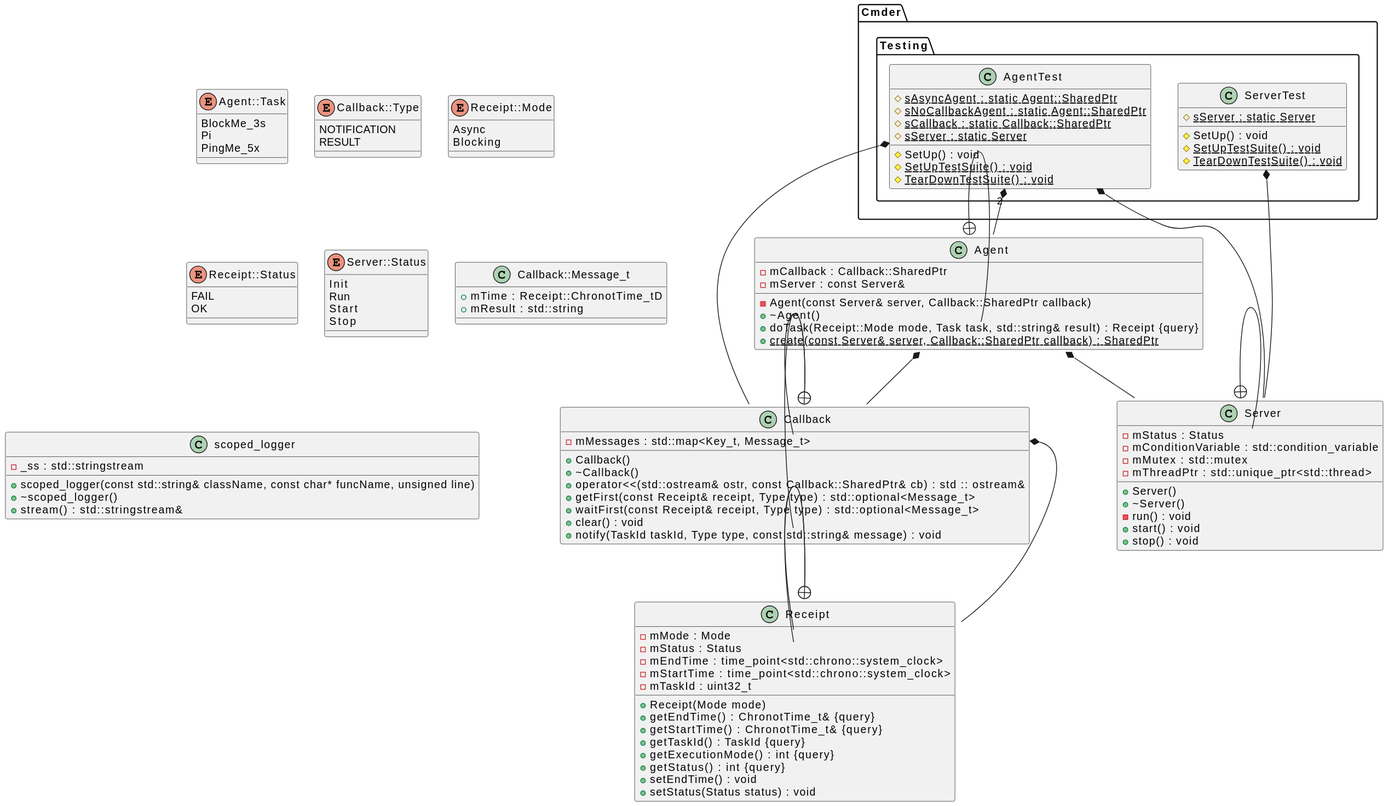
Above: diagrams/classdiagram.svg in h6wk/Cmder (PlantUML), before the change.
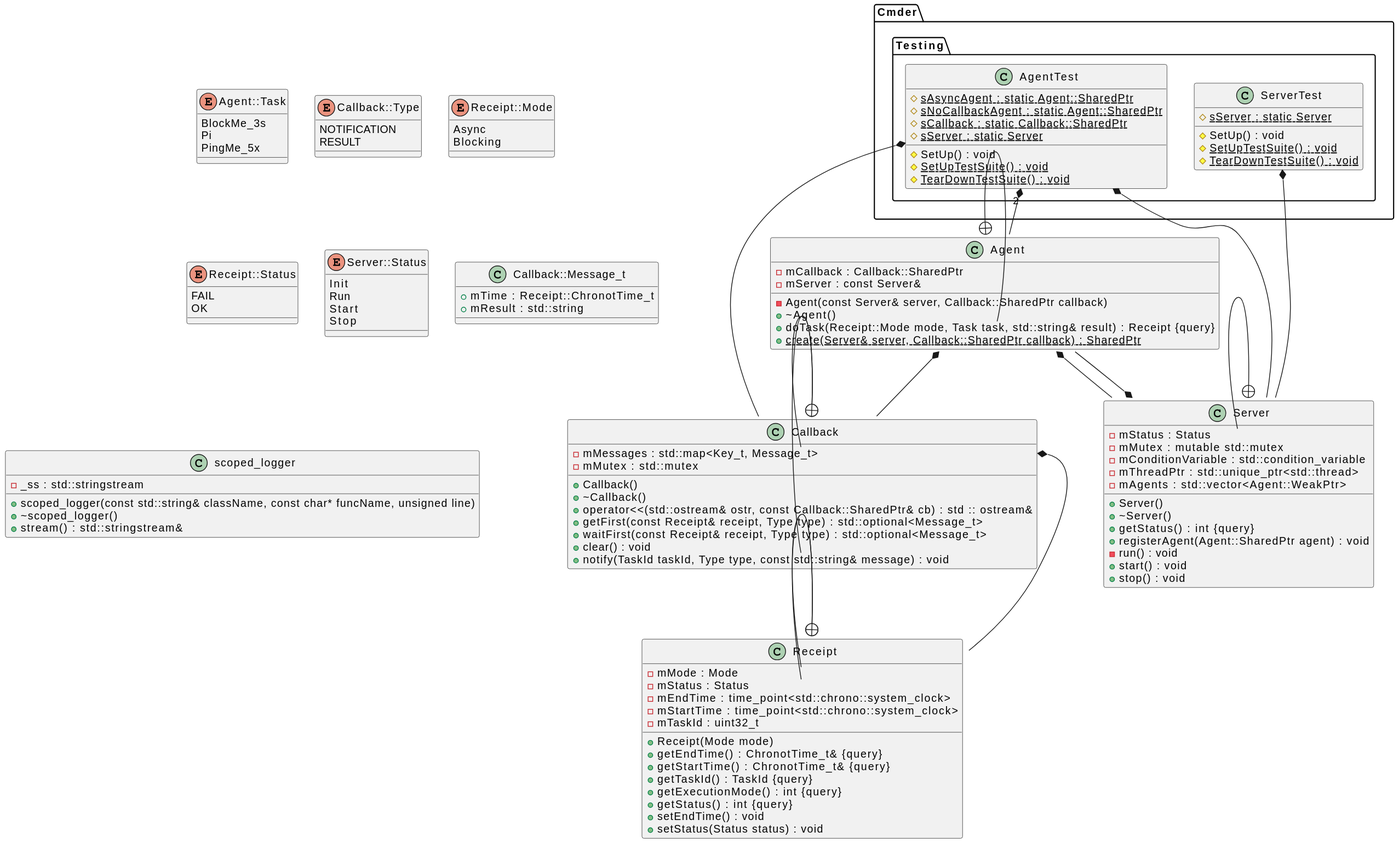
After the commit.

Commit message:
Agent registers itself  in the Server

Diff of the diagram source:
```diff
@@ -5,7 +5,7 @@
 	+~Agent()
 	-mCallback : Callback::SharedPtr
 	+doTask(Receipt::Mode mode, Task task, std::string& result) : Receipt {query}
-	+{static} create(const Server& server, Callback::SharedPtr callback) : SharedPtr
+	+{static} create(Server& server, Callback::SharedPtr callback) : SharedPtr
 	-mServer : const Server&
 }
 
@@ -15,6 +15,7 @@
 	+~Callback()
 	+operator<<(std::ostream& ostr, const Callback::SharedPtr& cb) : std :: ostream&
 	-mMessages : std::map<Key_t, Message_t>
+	-mMutex : std::mutex
 	+getFirst(const Receipt& receipt, Type type) : std::optional<Message_t>
 	+waitFirst(const Receipt& receipt, Type type) : std::optional<Message_t>
 	+clear() : void
@@ -43,9 +44,12 @@
 	+Server()
 	+~Server()
 	-mStatus : Status
+	+getStatus() : int {query}
+	-mMutex : mutable std::mutex
 	-mConditionVariable : std::condition_variable
-	-mMutex : std::mutex
 	-mThreadPtr : std::unique_ptr<std::thread>
+	-mAgents : std::vector<Agent::WeakPtr>
+	+registerAgent(Agent::SharedPtr agent) : void
 	-run() : void
 	+start() : void
 	+stop() : void
@@ -86,7 +90,7 @@
 
 
 class Callback::Message_t {
-	+mTime : Receipt::ChronotTime_tD
+	+mTime : Receipt::ChronotTime_t
 	+mResult : std::string
 }
 
@@ -147,6 +151,9 @@
 .Callback::Message_t *-- .Receipt
 
 
+.Server *-- .Agent
+
+
 Cmder.Testing.ServerTest *-- .Server
 
 
```
